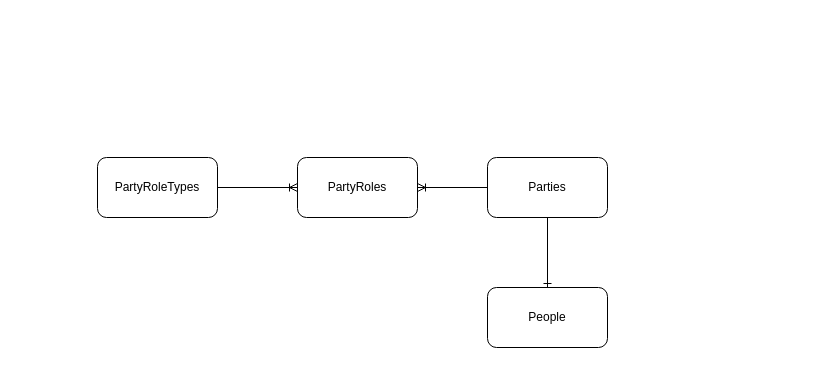
chavp/hello-api keeps this draw.io diagram as moodeng.drawio. Above is the earlier version. Source tidied: cells renumbered, new cells numbered last; positions are measured from the earlier drawing's top-left corner, leaving out a move shared by most shapes. Both pictures are drawn from the tidied source at 100%, with x=0, y=0 at pixel (97, 157).
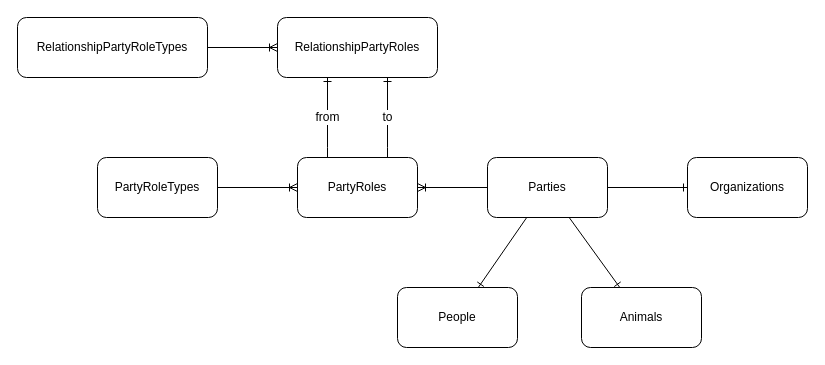
Above is the later version.

Unchanged cells that the change refers to:
```xml
<mxCell id="2" value="Parties" style="rounded=1;whiteSpace=wrap;html=1;" parent="1" vertex="1">
  <mxGeometry x="390" width="120" height="60" as="geometry" />
</mxCell>
<mxCell id="5" value="PartyRoles" style="rounded=1;whiteSpace=wrap;html=1;" parent="1" vertex="1">
  <mxGeometry x="200" width="120" height="60" as="geometry" />
</mxCell>
```

What changed in the source:
```diff
@@
     <mxCell id="3" value="People" style="rounded=1;whiteSpace=wrap;html=1;" parent="1" vertex="1">
-      <mxGeometry x="390" y="130" width="120" height="60" as="geometry" />
+      <mxGeometry x="300" y="130" width="120" height="60" as="geometry" />
     </mxCell>
@@
+    <mxCell id="9" value="Animals" style="rounded=1;whiteSpace=wrap;html=1;" parent="1" vertex="1">
+      <mxGeometry x="484" y="130" width="120" height="60" as="geometry" />
+    </mxCell>
+    <mxCell id="10" style="fontSize=12;html=1;endArrow=ERone;endFill=1;rounded=0;" parent="1" edge="1" source="2" target="9">
+      <mxGeometry relative="1" as="geometry" />
+    </mxCell>
+    <mxCell id="11" value="Organizations" style="rounded=1;whiteSpace=wrap;html=1;" parent="1" vertex="1">
+      <mxGeometry x="590" width="120" height="60" as="geometry" />
+    </mxCell>
+    <mxCell id="12" style="fontSize=12;html=1;endArrow=ERone;endFill=1;rounded=0;" parent="1" edge="1" source="2" target="11">
+      <mxGeometry relative="1" as="geometry" />
+    </mxCell>
+    <mxCell id="13" value="RelationshipPartyRoles" style="rounded=1;whiteSpace=wrap;html=1;" parent="1" vertex="1">
+      <mxGeometry x="180" y="-140" width="160" height="60" as="geometry" />
+    </mxCell>
+    <mxCell id="14" value="from" style="fontSize=12;html=1;endArrow=ERone;endFill=1;rounded=0;edgeStyle=orthogonalEdgeStyle;" parent="1" edge="1" source="5" target="13">
+      <mxGeometry relative="1" as="geometry">
+        <Array as="points">
+          <mxPoint x="230" y="-10" />
+          <mxPoint x="230" y="-10" />
+        </Array>
+      </mxGeometry>
+    </mxCell>
+    <mxCell id="15" value="to" style="fontSize=12;html=1;endArrow=ERone;endFill=1;rounded=0;edgeStyle=orthogonalEdgeStyle;" parent="1" edge="1" source="5" target="13">
+      <mxGeometry relative="1" as="geometry">
+        <Array as="points">
+          <mxPoint x="290" y="-10" />
+          <mxPoint x="290" y="-10" />
+        </Array>
+      </mxGeometry>
+    </mxCell>
+    <mxCell id="16" value="RelationshipPartyRoleTypes" style="rounded=1;whiteSpace=wrap;html=1;" parent="1" vertex="1">
+      <mxGeometry x="-80" y="-140" width="190" height="60" as="geometry" />
+    </mxCell>
+    <mxCell id="17" style="fontSize=12;html=1;endArrow=ERoneToMany;rounded=0;" parent="1" edge="1" source="16" target="13">
+      <mxGeometry relative="1" as="geometry" />
+    </mxCell>
```
